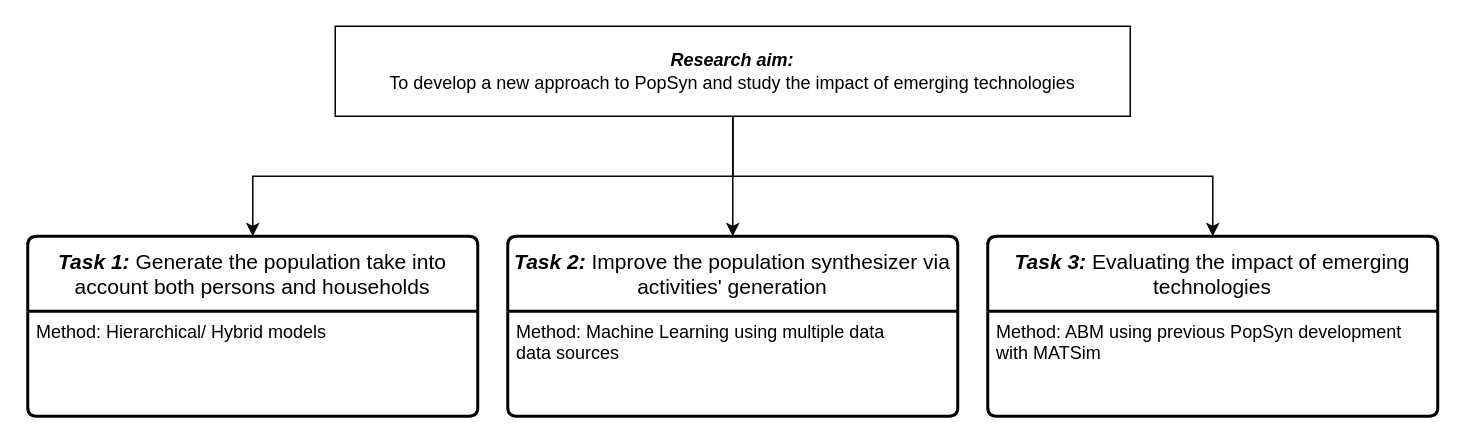
Earlier version of the draw.io diagram simple_BN_learn/researchaim.drawio (bobkatla/PopSyn_Monash). Source tidied: cells renumbered, new cells numbered last; positions are measured from the earlier drawing's top-left corner, leaving out a move shared by most shapes. Both pictures are drawn from the tidied source at 150%, with x=0, y=0 at pixel (27, 26).
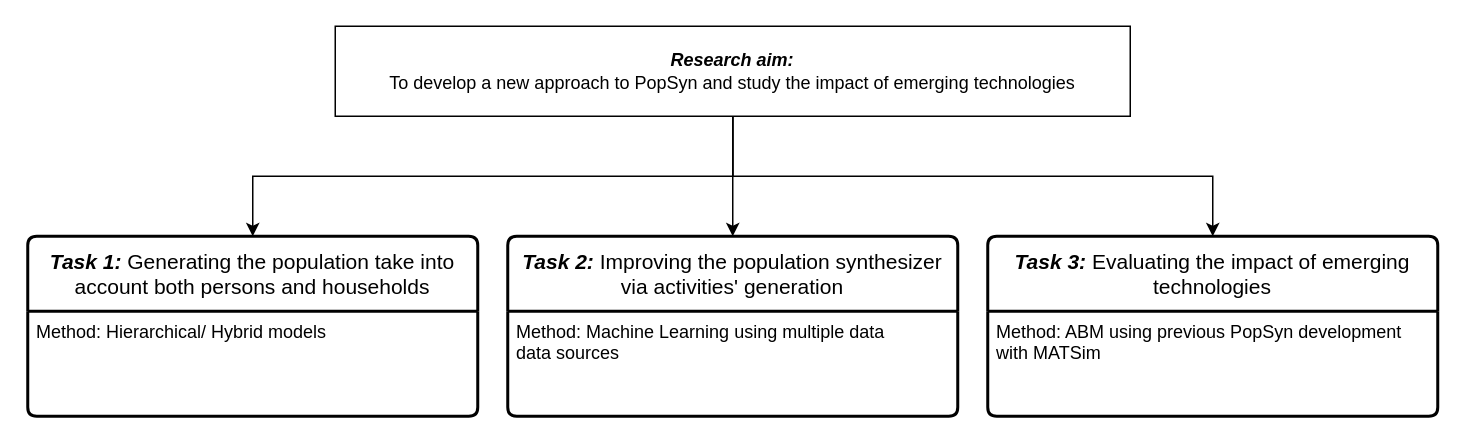
Above is the later version.

Change to the diagram source:
```diff
@@
 <mxGraphModel>
   <root>
     <mxCell id="0" />
     <mxCell id="1" parent="0" />
     <mxCell id="2" style="edgeStyle=orthogonalEdgeStyle;rounded=0;jettySize=auto;html=1;entryX=0.5;entryY=0;entryDx=0;entryDy=0;" parent="1" edge="1" source="5" target="6">
       <mxGeometry relative="1" as="geometry" />
     </mxCell>
     <mxCell id="3" style="edgeStyle=orthogonalEdgeStyle;rounded=0;jettySize=auto;html=1;entryX=0.5;entryY=0;entryDx=0;entryDy=0;" parent="1" edge="1" source="5" target="8">
       <mxGeometry relative="1" as="geometry" />
     </mxCell>
     <mxCell id="4" style="edgeStyle=orthogonalEdgeStyle;rounded=0;jettySize=auto;html=1;entryX=0.5;entryY=0;entryDx=0;entryDy=0;" parent="1" edge="1" source="5" target="10">
       <mxGeometry relative="1" as="geometry" />
     </mxCell>
     <mxCell id="5" value="&lt;b&gt;&lt;i&gt;Research aim:&lt;/i&gt;&lt;/b&gt;&lt;br&gt;To develop a new approach to PopSyn and study the impact of emerging technologies" style="rounded=0;whiteSpace=wrap;html=1;" parent="1" vertex="1">
       <mxGeometry x="205" width="530" height="60" as="geometry" />
     </mxCell>
-    <mxCell id="6" value="&lt;b&gt;&lt;i&gt;Task 1:&lt;/i&gt;&lt;/b&gt; Generate the population take into account both persons and households" style="swimlane;horizontal=1;startSize=50;rounded=1;fontSize=14;fontStyle=0;strokeWidth=2;shadow=0;dashed=0;align=center;arcSize=4;whiteSpace=wrap;html=1;" parent="1" vertex="1">
+    <mxCell id="6" value="&lt;b&gt;&lt;i&gt;Task 1:&lt;/i&gt;&lt;/b&gt; Generating the population take into account both persons and households" style="swimlane;horizontal=1;startSize=50;rounded=1;fontSize=14;fontStyle=0;strokeWidth=2;shadow=0;dashed=0;align=center;arcSize=4;whiteSpace=wrap;html=1;" parent="1" vertex="1">
       <mxGeometry y="140" width="300" height="120" as="geometry" />
     </mxCell>
     <mxCell id="7" value="Method: Hierarchical/ Hybrid models" style="align=left;strokeColor=none;fillColor=none;spacingLeft=4;fontSize=12;verticalAlign=top;html=1;" parent="6" vertex="1">
       <mxGeometry y="50" width="300" height="70" as="geometry" />
     </mxCell>
-    <mxCell id="8" value="&lt;b&gt;&lt;i&gt;Task 2:&lt;/i&gt;&lt;/b&gt; Improve the population synthesizer via activities' generation" style="swimlane;horizontal=1;startSize=50;rounded=1;fontSize=14;fontStyle=0;strokeWidth=2;shadow=0;dashed=0;align=center;arcSize=4;whiteSpace=wrap;html=1;" parent="1" vertex="1">
+    <mxCell id="8" value="&lt;b&gt;&lt;i&gt;Task 2:&lt;/i&gt;&lt;/b&gt; Improving the population synthesizer via activities' generation" style="swimlane;horizontal=1;startSize=50;rounded=1;fontSize=14;fontStyle=0;strokeWidth=2;shadow=0;dashed=0;align=center;arcSize=4;whiteSpace=wrap;html=1;" parent="1" vertex="1">
       <mxGeometry x="320" y="140" width="300" height="120" as="geometry" />
     </mxCell>
     <mxCell id="9" value="Method: Machine Learning using multiple data&lt;br&gt;data sources" style="align=left;strokeColor=none;fillColor=none;spacingLeft=4;fontSize=12;verticalAlign=top;html=1;" parent="8" vertex="1">
       <mxGeometry y="50" width="300" height="70" as="geometry" />
     </mxCell>
     <mxCell id="10" value="&lt;b&gt;&lt;i&gt;Task 3:&lt;/i&gt;&lt;/b&gt; Evaluating the impact of emerging technologies" style="swimlane;horizontal=1;startSize=50;rounded=1;fontSize=14;fontStyle=0;strokeWidth=2;shadow=0;dashed=0;align=center;arcSize=4;whiteSpace=wrap;html=1;" parent="1" vertex="1">
       <mxGeometry x="640" y="140" width="300" height="120" as="geometry" />
     </mxCell>
     <mxCell id="11" value="Method: ABM using previous PopSyn development&lt;br&gt;with MATSim&amp;nbsp;&amp;nbsp;" style="align=left;strokeColor=none;fillColor=none;spacingLeft=4;fontSize=12;verticalAlign=top;html=1;" parent="10" vertex="1">
       <mxGeometry y="50" width="300" height="70" as="geometry" />
     </mxCell>
   </root>
 </mxGraphModel>
```
